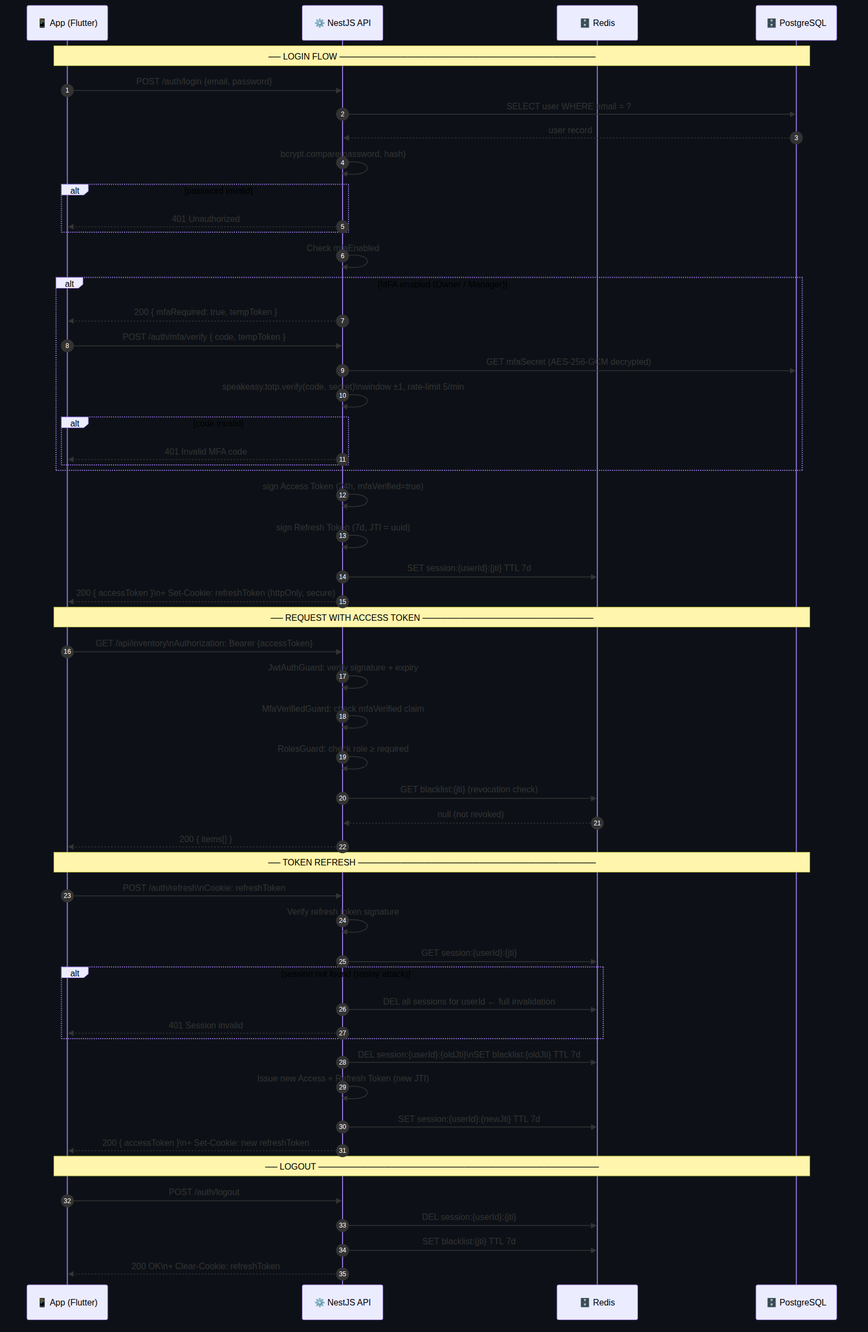
Above: docs/diagrams/auth-flow.png in frpatino6/vaulted (Mermaid), before the change. Its source is kept beside it as docs/diagrams/auth-flow.mmd.
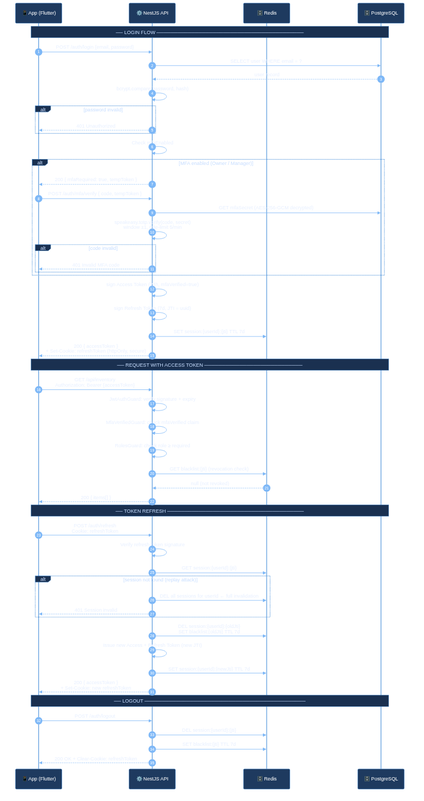
The same diagram one commit later.

Commit message:
docs(security): regenerate diagrams with high-contrast auth-flow colors

What changed in the source:
```diff
@@ -1,3 +1,33 @@
+%%{init: {
+  "theme": "base",
+  "themeVariables": {
+    "background": "#0d1117",
+    "primaryColor": "#1e3a5f",
+    "primaryTextColor": "#e8f0ff",
+    "primaryBorderColor": "#4a90d9",
+    "lineColor": "#7eb8f7",
+    "secondaryColor": "#162039",
+    "tertiaryColor": "#0d2030",
+    "noteBkgColor": "#1a3050",
+    "noteTextColor": "#c8deff",
+    "noteBorderColor": "#4a90d9",
+    "activationBkgColor": "#2d5090",
+    "activationBorderColor": "#6aabf7",
+    "sequenceNumberColor": "#ffffff",
+    "actorBkg": "#1e3a5f",
+    "actorBorder": "#4a90d9",
+    "actorTextColor": "#ffffff",
+    "actorLineColor": "#4a90d9",
+    "signalColor": "#7eb8f7",
+    "signalTextColor": "#e8f0ff",
+    "labelBoxBkgColor": "#1a3050",
+    "labelBoxBorderColor": "#4a90d9",
+    "labelTextColor": "#c8deff",
+    "loopTextColor": "#c8deff",
+    "altSectionBkgColor": "#0f2035",
+    "altSectionBkgColor2": "#162845"
+  }
+}}%%
 sequenceDiagram
     autonumber
     participant APP as 📱 App (Flutter)
@@ -19,7 +49,7 @@
         API-->>APP: 200 { mfaRequired: true, tempToken }
         APP->>API: POST /auth/mfa/verify { code, tempToken }
         API->>PG: GET mfaSecret (AES-256-GCM decrypted)
-        API->>API: speakeasy.totp.verify(code, secret)\nwindow ±1, rate-limit 5/min
+        API->>API: speakeasy.totp.verify(code, secret)<br/>window ±1, rate-limit 5/min
         alt code invalid
             API-->>APP: 401 Invalid MFA code
         end
@@ -27,11 +57,11 @@
     API->>API: sign Access Token (24h, mfaVerified=true)
     API->>API: sign Refresh Token (7d, JTI = uuid)
     API->>REDIS: SET session:{userId}:{jti} TTL 7d
-    API-->>APP: 200 { accessToken }\n+ Set-Cookie: refreshToken (httpOnly, secure)
+    API-->>APP: 200 { accessToken }<br/>+ Set-Cookie: refreshToken (httpOnly, secure)
 
     note over APP,PG: ── REQUEST WITH ACCESS TOKEN ────────────────────────────
 
-    APP->>API: GET /api/inventory\nAuthorization: Bearer {accessToken}
+    APP->>API: GET /api/inventory<br/>Authorization: Bearer {accessToken}
     API->>API: JwtAuthGuard: verify signature + expiry
     API->>API: MfaVerifiedGuard: check mfaVerified claim
     API->>API: RolesGuard: check role ≥ required
@@ -41,21 +71,21 @@
 
     note over APP,PG: ── TOKEN REFRESH ───────────────────────────────────────
 
-    APP->>API: POST /auth/refresh\nCookie: refreshToken
+    APP->>API: POST /auth/refresh<br/>Cookie: refreshToken
     API->>API: Verify refresh token signature
     API->>REDIS: GET session:{userId}:{jti}
     alt session not found (replay attack)
         API->>REDIS: DEL all sessions for userId  ← full invalidation
         API-->>APP: 401 Session invalid
     end
-    API->>REDIS: DEL session:{userId}:{oldJti}\nSET blacklist:{oldJti} TTL 7d
+    API->>REDIS: DEL session:{userId}:{oldJti}<br/>SET blacklist:{oldJti} TTL 7d
     API->>API: Issue new Access + Refresh Token (new JTI)
     API->>REDIS: SET session:{userId}:{newJti} TTL 7d
-    API-->>APP: 200 { accessToken }\n+ Set-Cookie: new refreshToken
+    API-->>APP: 200 { accessToken }<br/>+ Set-Cookie: new refreshToken
 
     note over APP,PG: ── LOGOUT ──────────────────────────────────────────────
 
     APP->>API: POST /auth/logout
     API->>REDIS: DEL session:{userId}:{jti}
     API->>REDIS: SET blacklist:{jti} TTL 7d
-    API-->>APP: 200 OK\n+ Clear-Cookie: refreshToken
+    API-->>APP: 200 OK + Clear-Cookie: refreshToken
```
